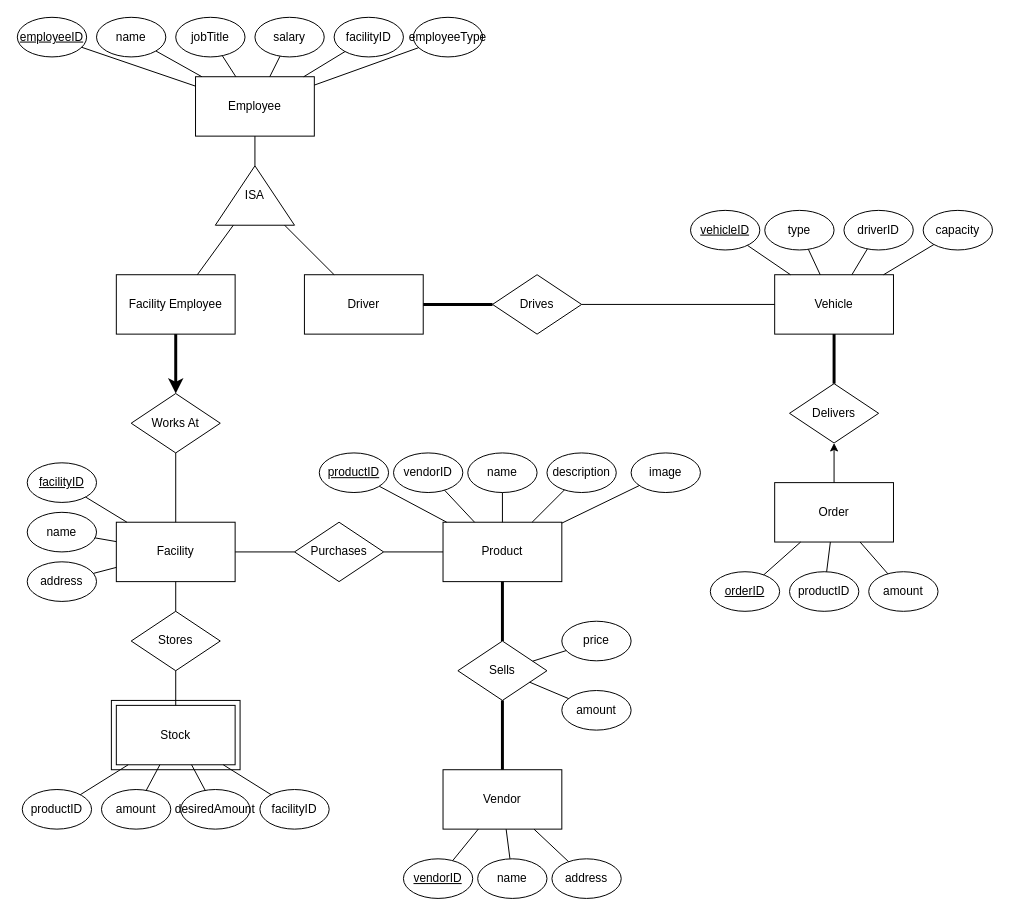
Earlier version of the draw.io diagram ER Diagram Final.drawio (Lorant7/ManageMore). Source tidied: cells renumbered, new cells numbered last; positions are measured from the earlier drawing's top-left corner, leaving out a move shared by most shapes. Both pictures are drawn from the tidied source at 99%, with x=0, y=0 at pixel (17, 17).
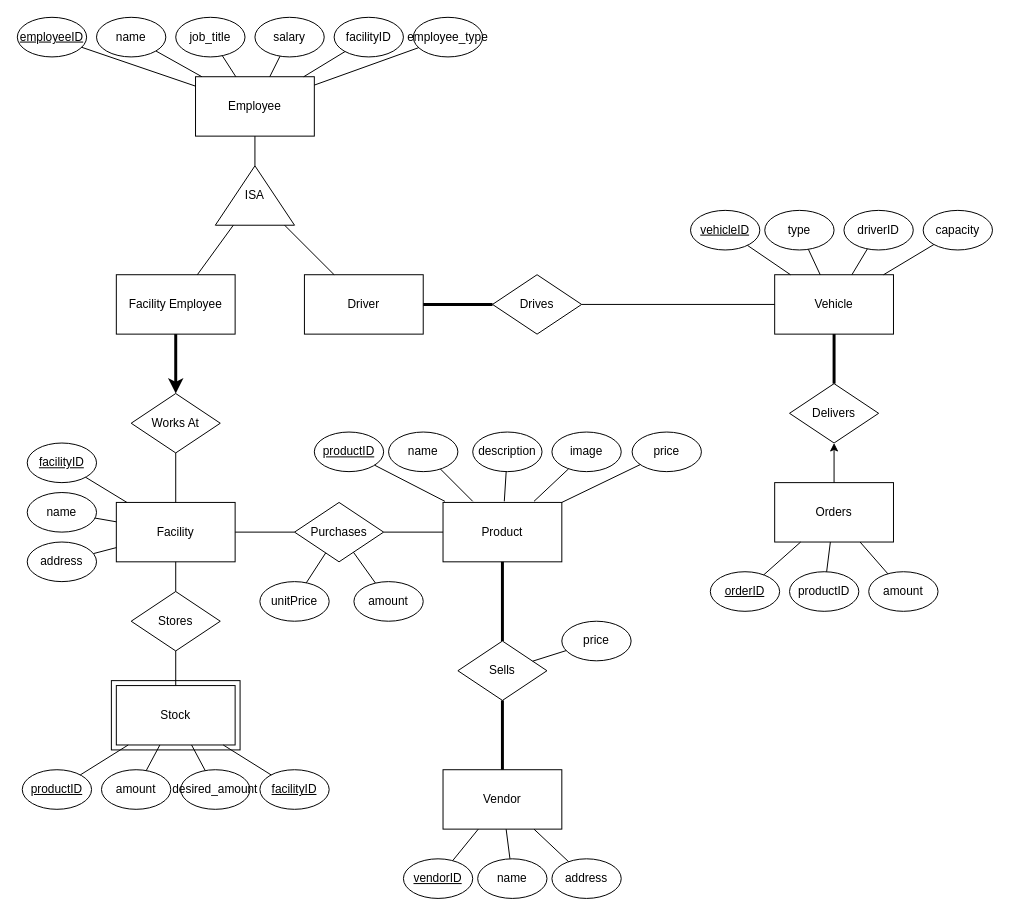
The same diagram, later.

The change refers to these unchanged cells:
```xml
<mxCell id="17" value="Sells" style="rhombus;whiteSpace=wrap;html=1;" parent="1" vertex="1">
  <mxGeometry x="445" y="630" width="90" height="60" as="geometry" />
</mxCell>
```

Change to the diagram source:
```diff
@@
     <mxCell id="2" style="rounded=0;whiteSpace=wrap;html=1;" parent="1" vertex="1">
-      <mxGeometry x="95" y="690" width="130" height="70" as="geometry" />
+      <mxGeometry x="95" y="670" width="130" height="70" as="geometry" />
     </mxCell>
@@
     <mxCell id="5" value="Product" style="rounded=0;whiteSpace=wrap;html=1;" parent="1" vertex="1">
-      <mxGeometry x="430" y="510" width="120" height="60" as="geometry" />
+      <mxGeometry x="430" y="490" width="120" height="60" as="geometry" />
     </mxCell>
     <mxCell id="6" value="Stock" style="rounded=0;whiteSpace=wrap;html=1;" parent="1" vertex="1">
-      <mxGeometry x="100" y="695" width="120" height="60" as="geometry" />
+      <mxGeometry x="100" y="675" width="120" height="60" as="geometry" />
     </mxCell>
     <mxCell id="7" value="Facility" style="rounded=0;whiteSpace=wrap;html=1;" parent="1" vertex="1">
-      <mxGeometry x="100" y="510" width="120" height="60" as="geometry" />
+      <mxGeometry x="100" y="490" width="120" height="60" as="geometry" />
     </mxCell>
@@
-    <mxCell id="15" value="Order" style="rounded=0;whiteSpace=wrap;html=1;" parent="1" vertex="1">
+    <mxCell id="15" value="Orders" style="rounded=0;whiteSpace=wrap;html=1;" parent="1" vertex="1">
       <mxGeometry x="765" y="470" width="120" height="60" as="geometry" />
     </mxCell>
@@
     <mxCell id="18" value="Purchases" style="rhombus;whiteSpace=wrap;html=1;" parent="1" vertex="1">
-      <mxGeometry x="280" y="510" width="90" height="60" as="geometry" />
+      <mxGeometry x="280" y="490" width="90" height="60" as="geometry" />
     </mxCell>
     <mxCell id="19" value="Stores" style="rhombus;whiteSpace=wrap;html=1;" parent="1" vertex="1">
-      <mxGeometry x="115" y="600" width="90" height="60" as="geometry" />
+      <mxGeometry x="115" y="580" width="90" height="60" as="geometry" />
     </mxCell>
@@
-    <mxCell id="36" value="employeeType" style="ellipse;whiteSpace=wrap;html=1;" parent="1" vertex="1">
+    <mxCell id="36" value="employee_type" style="ellipse;whiteSpace=wrap;html=1;" parent="1" vertex="1">
       <mxGeometry x="400" width="70" height="40" as="geometry" />
     </mxCell>
@@
-    <mxCell id="39" value="jobTitle" style="ellipse;whiteSpace=wrap;html=1;" parent="1" vertex="1">
+    <mxCell id="39" value="job_title" style="ellipse;whiteSpace=wrap;html=1;" parent="1" vertex="1">
       <mxGeometry x="160" width="70" height="40" as="geometry" />
     </mxCell>
@@
     <mxCell id="47" value="address" style="ellipse;whiteSpace=wrap;html=1;" parent="1" vertex="1">
-      <mxGeometry x="10" y="550" width="70" height="40" as="geometry" />
+      <mxGeometry x="10" y="530" width="70" height="40" as="geometry" />
     </mxCell>
     <mxCell id="48" value="name" style="ellipse;whiteSpace=wrap;html=1;" parent="1" vertex="1">
-      <mxGeometry x="10" y="500" width="70" height="40" as="geometry" />
+      <mxGeometry x="10" y="480" width="70" height="40" as="geometry" />
     </mxCell>
     <mxCell id="49" value="&lt;u&gt;facilityID&lt;/u&gt;" style="ellipse;whiteSpace=wrap;html=1;" parent="1" vertex="1">
-      <mxGeometry x="10" y="450" width="70" height="40" as="geometry" />
+      <mxGeometry x="10" y="430" width="70" height="40" as="geometry" />
     </mxCell>
@@
     <mxCell id="53" value="amount" style="ellipse;whiteSpace=wrap;html=1;" parent="1" vertex="1">
-      <mxGeometry x="85" y="780" width="70" height="40" as="geometry" />
+      <mxGeometry x="85" y="760" width="70" height="40" as="geometry" />
     </mxCell>
-    <mxCell id="54" value="facilityID" style="ellipse;whiteSpace=wrap;html=1;" parent="1" vertex="1">
-      <mxGeometry x="245" y="780" width="70" height="40" as="geometry" />
+    <mxCell id="54" value="&lt;u&gt;facilityID&lt;/u&gt;" style="ellipse;whiteSpace=wrap;html=1;" parent="1" vertex="1">
+      <mxGeometry x="245" y="760" width="70" height="40" as="geometry" />
     </mxCell>
-    <mxCell id="55" value="desiredAmount" style="ellipse;whiteSpace=wrap;html=1;" parent="1" vertex="1">
-      <mxGeometry x="165" y="780" width="70" height="40" as="geometry" />
+    <mxCell id="55" value="desired_amount" style="ellipse;whiteSpace=wrap;html=1;" parent="1" vertex="1">
+      <mxGeometry x="165" y="760" width="70" height="40" as="geometry" />
     </mxCell>
-    <mxCell id="56" value="productID" style="ellipse;whiteSpace=wrap;html=1;" parent="1" vertex="1">
-      <mxGeometry x="5" y="780" width="70" height="40" as="geometry" />
+    <mxCell id="56" value="&lt;u&gt;productID&lt;/u&gt;" style="ellipse;whiteSpace=wrap;html=1;" parent="1" vertex="1">
+      <mxGeometry x="5" y="760" width="70" height="40" as="geometry" />
     </mxCell>
@@
     <mxCell id="75" value="image" style="ellipse;whiteSpace=wrap;html=1;" parent="1" vertex="1">
-      <mxGeometry x="620" y="440" width="70" height="40" as="geometry" />
+      <mxGeometry x="540" y="418.9" width="70" height="40" as="geometry" />
     </mxCell>
     <mxCell id="76" value="description" style="ellipse;whiteSpace=wrap;html=1;" parent="1" vertex="1">
-      <mxGeometry x="535" y="440" width="70" height="40" as="geometry" />
+      <mxGeometry x="460" y="418.9" width="70" height="40" as="geometry" />
     </mxCell>
     <mxCell id="77" value="name" style="ellipse;whiteSpace=wrap;html=1;" parent="1" vertex="1">
-      <mxGeometry x="455" y="440" width="70" height="40" as="geometry" />
+      <mxGeometry x="375" y="418.9" width="70" height="40" as="geometry" />
     </mxCell>
-    <mxCell id="78" value="vendorID" style="ellipse;whiteSpace=wrap;html=1;" parent="1" vertex="1">
-      <mxGeometry x="380" y="440" width="70" height="40" as="geometry" />
-    </mxCell>
     <mxCell id="79" value="&lt;u&gt;productID&lt;/u&gt;" style="ellipse;whiteSpace=wrap;html=1;" parent="1" vertex="1">
-      <mxGeometry x="305" y="440" width="70" height="40" as="geometry" />
+      <mxGeometry x="300" y="418.9" width="70" height="40" as="geometry" />
     </mxCell>
-    <mxCell id="80" style="endArrow=none;html=1;rounded=0;" parent="1" edge="1" source="5" target="78">
-      <mxGeometry relative="1" as="geometry" />
-    </mxCell>
-    <mxCell id="81" style="endArrow=none;html=1;rounded=0;" parent="1" edge="1" source="5" target="77">
-      <mxGeometry relative="1" as="geometry" />
+    <mxCell id="81" style="endArrow=none;html=1;rounded=0;" parent="1" edge="1" target="77">
+      <mxGeometry relative="1" as="geometry">
+        <mxPoint x="460" y="488.9" as="sourcePoint" />
+      </mxGeometry>
     </mxCell>
-    <mxCell id="82" style="endArrow=none;html=1;rounded=0;" parent="1" edge="1" source="76" target="5">
-      <mxGeometry relative="1" as="geometry" />
+    <mxCell id="82" style="endArrow=none;html=1;rounded=0;" parent="1" edge="1" source="76">
+      <mxGeometry relative="1" as="geometry">
+        <mxPoint x="491.9" y="488.9" as="targetPoint" />
+      </mxGeometry>
     </mxCell>
-    <mxCell id="83" style="endArrow=none;html=1;rounded=0;" parent="1" edge="1" source="5" target="75">
-      <mxGeometry relative="1" as="geometry" />
+    <mxCell id="83" style="endArrow=none;html=1;rounded=0;" parent="1" edge="1" target="75">
+      <mxGeometry relative="1" as="geometry">
+        <mxPoint x="521.9" y="488.9" as="sourcePoint" />
+      </mxGeometry>
     </mxCell>
-    <mxCell id="84" style="endArrow=none;html=1;rounded=0;" parent="1" edge="1" source="5" target="79">
-      <mxGeometry relative="1" as="geometry" />
+    <mxCell id="84" style="endArrow=none;html=1;rounded=0;" parent="1" edge="1" target="79">
+      <mxGeometry relative="1" as="geometry">
+        <mxPoint x="431.9" y="488.9" as="sourcePoint" />
+      </mxGeometry>
     </mxCell>
-    <mxCell id="85" value="amount" style="ellipse;whiteSpace=wrap;html=1;" parent="1" vertex="1">
-      <mxGeometry x="550" y="680" width="70" height="40" as="geometry" />
-    </mxCell>
@@
-    <mxCell id="87" style="endArrow=none;html=1;rounded=0;" parent="1" edge="1" source="17" target="85">
-      <mxGeometry relative="1" as="geometry" />
-    </mxCell>
@@
+    <mxCell id="95" value="price" style="ellipse;whiteSpace=wrap;html=1;" parent="1" vertex="1">
+      <mxGeometry x="621" y="418.9" width="70" height="40" as="geometry" />
+    </mxCell>
+    <mxCell id="96" style="endArrow=none;html=1;rounded=0;" parent="1" edge="1" target="95">
+      <mxGeometry relative="1" as="geometry">
+        <mxPoint x="550" y="490" as="sourcePoint" />
+      </mxGeometry>
+    </mxCell>
+    <mxCell id="97" value="unitPrice" style="ellipse;whiteSpace=wrap;html=1;" parent="1" vertex="1">
+      <mxGeometry x="245" y="570" width="70" height="40" as="geometry" />
+    </mxCell>
+    <mxCell id="85" value="amount" style="ellipse;whiteSpace=wrap;html=1;" parent="1" vertex="1">
+      <mxGeometry x="340" y="570" width="70" height="40" as="geometry" />
+    </mxCell>
+    <mxCell id="98" style="endArrow=none;html=1;rounded=0;" parent="1" edge="1" source="85" target="18">
+      <mxGeometry relative="1" as="geometry" />
+    </mxCell>
+    <mxCell id="99" style="endArrow=none;html=1;rounded=0;" parent="1" edge="1" source="97" target="18">
+      <mxGeometry relative="1" as="geometry" />
+    </mxCell>
```
